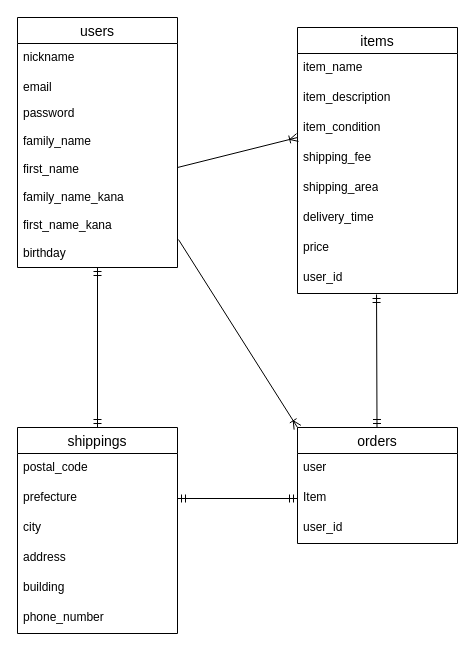
Above: config/furima.dio in peach126/furima-42112 (draw.io), before the change. Source tidied: cells renumbered, new cells numbered last; positions are measured from the earlier drawing's top-left corner, leaving out a move shared by most shapes. Both pictures are drawn from the tidied source at 100%, with x=0, y=0 at pixel (17, 17).
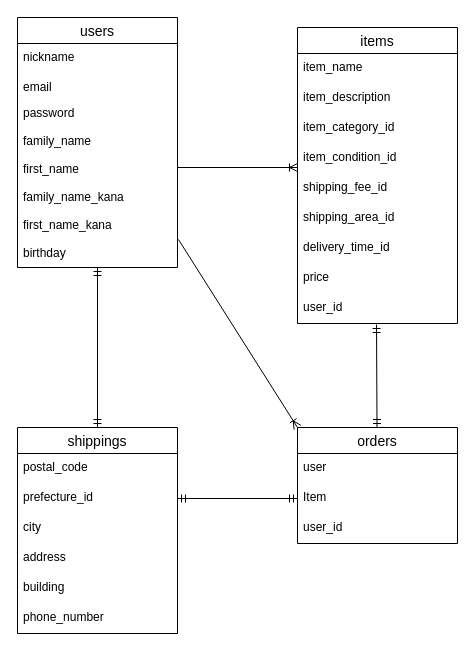
The same page after the edit.

Commit message (it also covers changes not shown here):
データベース設計＃3修正2

Unchanged cells that the change refers to:
```xml
<mxCell id="24" value="shippings" style="swimlane;fontStyle=0;horizontal=1;startSize=26;align=center;fontSize=14;" parent="1" vertex="1">
  <mxGeometry y="410" width="160" height="206" as="geometry" />
</mxCell>
```

What changed in the source:
```diff
@@
     <mxCell id="2" value="items" style="swimlane;fontStyle=0;horizontal=1;startSize=26;align=center;fontSize=14;" parent="1" vertex="1">
-      <mxGeometry x="280" y="10" width="160" height="266" as="geometry" />
+      <mxGeometry x="280" y="10" width="160" height="296" as="geometry" />
     </mxCell>
@@
+    <mxCell id="36" value="item_category_id" style="text;strokeColor=none;fillColor=none;spacingLeft=4;spacingRight=4;overflow=hidden;fontSize=12;whiteSpace=wrap;html=1;" parent="2" vertex="1">
+      <mxGeometry y="86" width="160" height="30" as="geometry" />
+    </mxCell>
-    <mxCell id="5" value="item_condition" style="text;strokeColor=none;fillColor=none;spacingLeft=4;spacingRight=4;overflow=hidden;points=[[0,0.5],[1,0.5]];portConstraint=eastwest;fontSize=12;whiteSpace=wrap;html=1;" parent="2" vertex="1">
-      <mxGeometry y="86" width="160" height="30" as="geometry" />
+    <mxCell id="5" value="item_condition_id" style="text;strokeColor=none;fillColor=none;spacingLeft=4;spacingRight=4;overflow=hidden;points=[[0,0.5],[1,0.5]];portConstraint=eastwest;fontSize=12;whiteSpace=wrap;html=1;" parent="2" vertex="1">
+      <mxGeometry y="116" width="160" height="30" as="geometry" />
     </mxCell>
-    <mxCell id="6" value="shipping_fee" style="text;strokeColor=none;fillColor=none;spacingLeft=4;spacingRight=4;overflow=hidden;fontSize=12;whiteSpace=wrap;html=1;" parent="2" vertex="1">
-      <mxGeometry y="116" width="160" height="30" as="geometry" />
+    <mxCell id="6" value="shipping_fee_id" style="text;strokeColor=none;fillColor=none;spacingLeft=4;spacingRight=4;overflow=hidden;fontSize=12;whiteSpace=wrap;html=1;" parent="2" vertex="1">
+      <mxGeometry y="146" width="160" height="30" as="geometry" />
     </mxCell>
-    <mxCell id="7" value="&lt;span style=&quot;color: rgb(0, 0, 0);&quot;&gt;shipping_&lt;/span&gt;area" style="text;strokeColor=none;fillColor=none;spacingLeft=4;spacingRight=4;overflow=hidden;fontSize=12;whiteSpace=wrap;html=1;" parent="2" vertex="1">
-      <mxGeometry y="146" width="160" height="30" as="geometry" />
+    <mxCell id="7" value="&lt;span style=&quot;color: rgb(0, 0, 0);&quot;&gt;shipping_&lt;/span&gt;area_id" style="text;strokeColor=none;fillColor=none;spacingLeft=4;spacingRight=4;overflow=hidden;fontSize=12;whiteSpace=wrap;html=1;" parent="2" vertex="1">
+      <mxGeometry y="176" width="160" height="30" as="geometry" />
     </mxCell>
-    <mxCell id="8" value="&lt;span style=&quot;color: rgb(0, 0, 0);&quot;&gt;delivery_time&lt;/span&gt;" style="text;strokeColor=none;fillColor=none;spacingLeft=4;spacingRight=4;overflow=hidden;fontSize=12;whiteSpace=wrap;html=1;" parent="2" vertex="1">
-      <mxGeometry y="176" width="160" height="30" as="geometry" />
+    <mxCell id="8" value="&lt;span style=&quot;color: rgb(0, 0, 0);&quot;&gt;delivery_time_id&lt;/span&gt;" style="text;strokeColor=none;fillColor=none;spacingLeft=4;spacingRight=4;overflow=hidden;fontSize=12;whiteSpace=wrap;html=1;" parent="2" vertex="1">
+      <mxGeometry y="206" width="160" height="30" as="geometry" />
     </mxCell>
     <mxCell id="9" value="price" style="text;strokeColor=none;fillColor=none;spacingLeft=4;spacingRight=4;overflow=hidden;fontSize=12;whiteSpace=wrap;html=1;" parent="2" vertex="1">
-      <mxGeometry y="206" width="160" height="30" as="geometry" />
+      <mxGeometry y="236" width="160" height="30" as="geometry" />
     </mxCell>
     <mxCell id="10" value="user_id" style="text;strokeColor=none;fillColor=none;spacingLeft=4;spacingRight=4;overflow=hidden;points=[[0,0.5],[1,0.5]];portConstraint=eastwest;fontSize=12;whiteSpace=wrap;html=1;" parent="2" vertex="1">
-      <mxGeometry y="236" width="160" height="30" as="geometry" />
+      <mxGeometry y="266" width="160" height="30" as="geometry" />
     </mxCell>
@@
-    <mxCell id="26" value="prefecture" style="text;strokeColor=none;fillColor=none;spacingLeft=4;spacingRight=4;overflow=hidden;points=[[0,0.5],[1,0.5]];portConstraint=eastwest;fontSize=12;whiteSpace=wrap;html=1;" parent="24" vertex="1">
+    <mxCell id="26" value="prefecture_id" style="text;strokeColor=none;fillColor=none;spacingLeft=4;spacingRight=4;overflow=hidden;points=[[0,0.5],[1,0.5]];portConstraint=eastwest;fontSize=12;whiteSpace=wrap;html=1;" parent="24" vertex="1">
       <mxGeometry y="56" width="160" height="30" as="geometry" />
     </mxCell>
```
